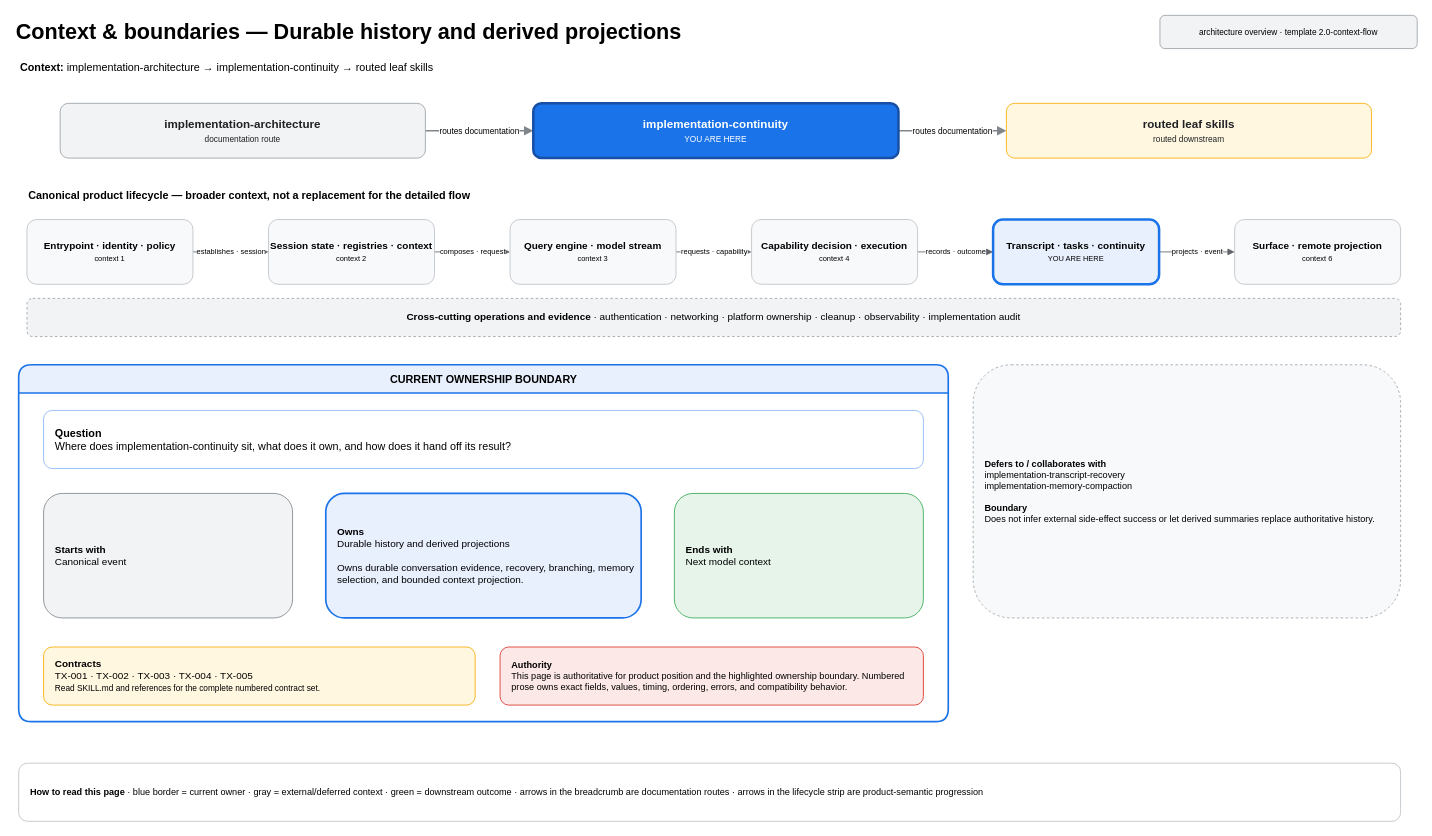
Above: page "01 — Context & Boundaries" (1 of 2) of .codex/skills/implementation-continuity/assets/architecture.drawio in greenpau/agentx (draw.io), before the change. Source tidied: cells renumbered, new cells numbered last; positions are measured from the earlier drawing's top-left corner, leaving out a move shared by most shapes. Both pictures are drawn from the tidied source at 83%, with x=0, y=0 at pixel (14, 14).
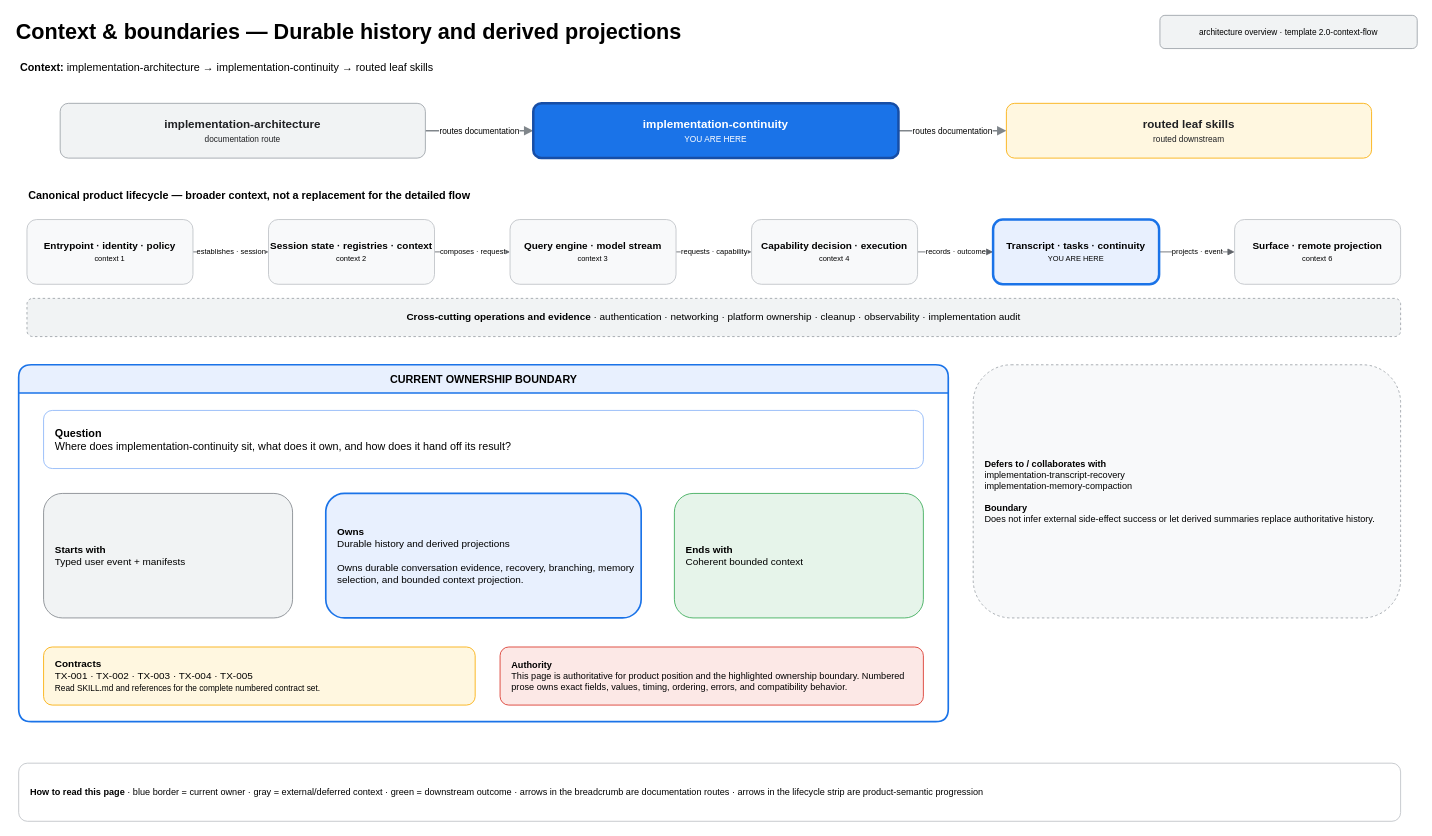
Above is the later version.

Diff of the diagram source:
```diff
@@
-    <mxCell id="25" value="&lt;b&gt;Starts with&lt;/b&gt;&lt;br&gt;Canonical event" style="rounded=1;whiteSpace=wrap;html=1;fillColor=#f1f3f4;strokeColor=#80868b;fontSize=12;align=left;spacingLeft=12;" parent="1" vertex="1">
+    <mxCell id="25" value="&lt;b&gt;Starts with&lt;/b&gt;&lt;br&gt;Typed user event + manifests" style="rounded=1;whiteSpace=wrap;html=1;fillColor=#f1f3f4;strokeColor=#80868b;fontSize=12;align=left;spacingLeft=12;" parent="1" vertex="1">
       <mxGeometry x="35" y="577" width="300" height="150" as="geometry" />
     </mxCell>
@@
-    <mxCell id="27" value="&lt;b&gt;Ends with&lt;/b&gt;&lt;br&gt;Next model context" style="rounded=1;whiteSpace=wrap;html=1;fillColor=#e6f4ea;strokeColor=#34a853;fontSize=12;align=left;spacingLeft=12;" parent="1" vertex="1">
+    <mxCell id="27" value="&lt;b&gt;Ends with&lt;/b&gt;&lt;br&gt;Coherent bounded context" style="rounded=1;whiteSpace=wrap;html=1;fillColor=#e6f4ea;strokeColor=#34a853;fontSize=12;align=left;spacingLeft=12;" parent="1" vertex="1">
       <mxGeometry x="795" y="577" width="300" height="150" as="geometry" />
     </mxCell>
```
